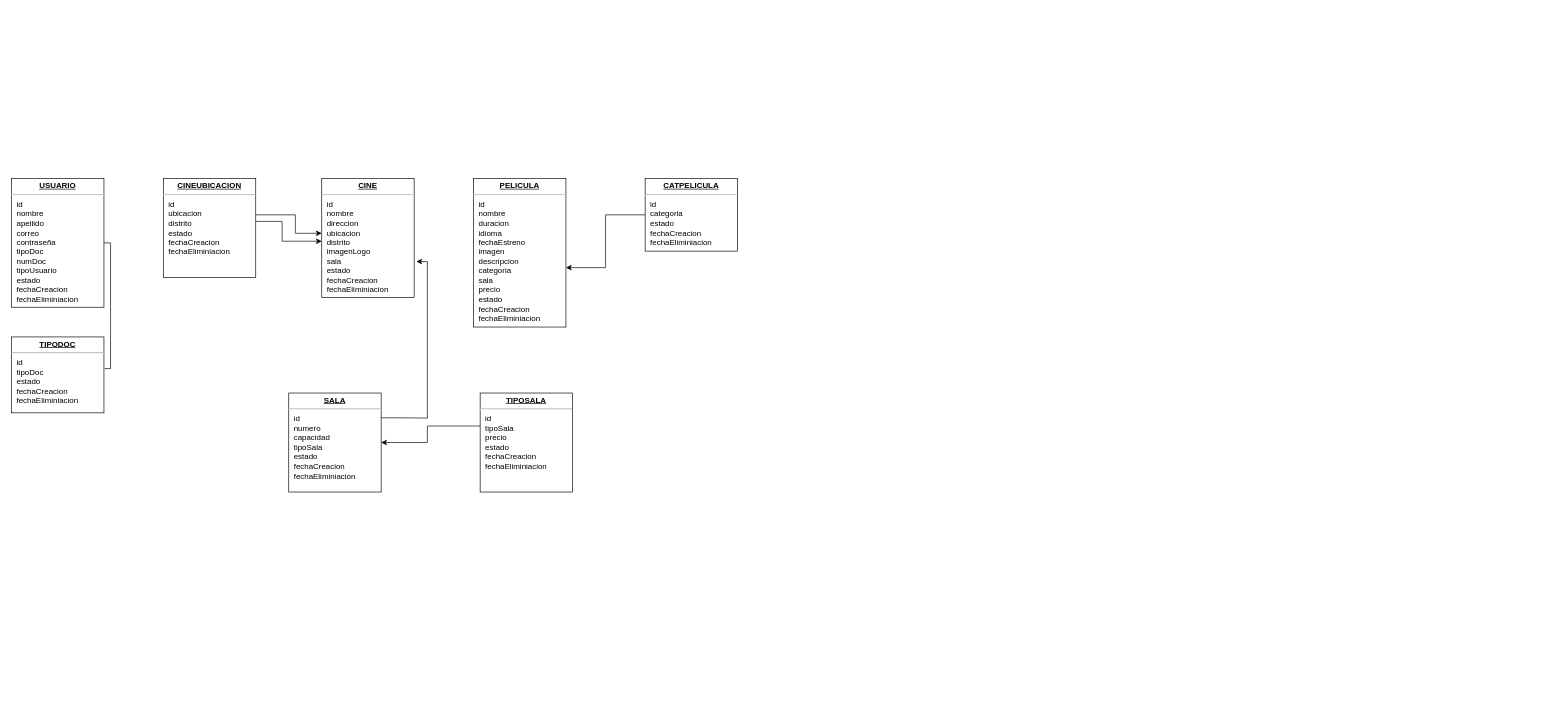
This is docs/previa ddbb.drawio from diegokaiser/tickets, a draw.io file, before an edit. Source tidied: cells renumbered, new cells numbered last; positions are measured from the earlier drawing's top-left corner, leaving out a move shared by most shapes. Both pictures are drawn from the tidied source at 66%, with x=0, y=0 at pixel (11, 178).
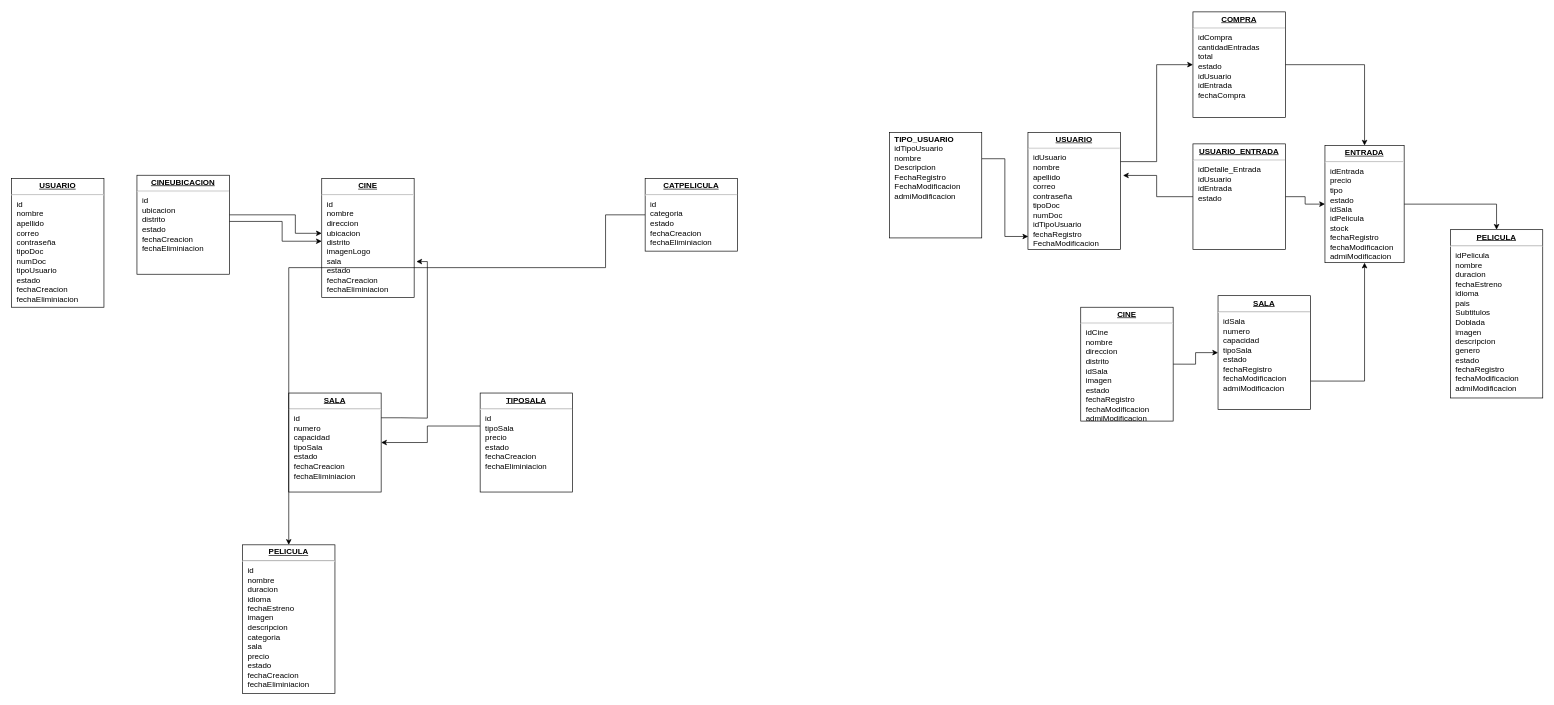
The same page after the edit.

Unchanged cells that the change refers to:
```xml
<mxCell id="3" value="&lt;p style=&quot;margin: 0px ; margin-top: 4px ; text-align: center ; text-decoration: underline&quot;&gt;&lt;b&gt;USUARIO&lt;/b&gt;&lt;/p&gt;&lt;hr&gt;&lt;p style=&quot;margin: 0px ; margin-left: 8px&quot;&gt;id&lt;br&gt;nombre&lt;br&gt;apellido&lt;/p&gt;&lt;p style=&quot;margin: 0px ; margin-left: 8px&quot;&gt;correo&lt;br&gt;&lt;/p&gt;&lt;p style=&quot;margin: 0px ; margin-left: 8px&quot;&gt;contraseña&lt;/p&gt;&lt;p style=&quot;margin: 0px ; margin-left: 8px&quot;&gt;tipoDoc&lt;br&gt;&lt;/p&gt;&lt;p style=&quot;margin: 0px ; margin-left: 8px&quot;&gt;numDoc&lt;br&gt;&lt;/p&gt;&lt;p style=&quot;margin: 0px ; margin-left: 8px&quot;&gt;tipoUsuario&lt;br&gt;&lt;/p&gt;&lt;p style=&quot;margin: 0px ; margin-left: 8px&quot;&gt;estado&lt;br&gt;&lt;/p&gt;&lt;p style=&quot;margin: 0px ; margin-left: 8px&quot;&gt;fechaCreacion&lt;br&gt;&lt;/p&gt;&lt;p style=&quot;margin: 0px ; margin-left: 8px&quot;&gt;fechaEliminiacion&lt;/p&gt;" style="verticalAlign=top;align=left;overflow=fill;fontSize=12;fontFamily=Helvetica;html=1;rounded=0;shadow=0;comic=0;labelBackgroundColor=none;strokeWidth=1;" parent="1" vertex="1">
  <mxGeometry width="140" height="195" as="geometry" />
</mxCell>
<mxCell id="5" value="&lt;p style=&quot;margin: 0px ; margin-top: 4px ; text-align: center ; text-decoration: underline&quot;&gt;&lt;b&gt;CINE&lt;/b&gt;&lt;/p&gt;&lt;hr&gt;&lt;p style=&quot;margin: 0px ; margin-left: 8px&quot;&gt;id&lt;br&gt;nombre&lt;br&gt;direccion&lt;/p&gt;&lt;p style=&quot;margin: 0px ; margin-left: 8px&quot;&gt;ubicacion&lt;/p&gt;&lt;p style=&quot;margin: 0px ; margin-left: 8px&quot;&gt;distrito&lt;/p&gt;&lt;p style=&quot;margin: 0px ; margin-left: 8px&quot;&gt;imagenLogo&lt;/p&gt;&lt;p style=&quot;margin: 0px ; margin-left: 8px&quot;&gt;sala&lt;/p&gt;&lt;p style=&quot;margin: 0px ; margin-left: 8px&quot;&gt;&lt;span&gt;estado&lt;/span&gt;&lt;br&gt;&lt;/p&gt;&lt;p style=&quot;margin: 0px 0px 0px 8px&quot;&gt;fechaCreacion&lt;br&gt;&lt;/p&gt;&lt;p style=&quot;margin: 0px 0px 0px 8px&quot;&gt;fechaEliminiacion&lt;/p&gt;" style="verticalAlign=top;align=left;overflow=fill;fontSize=12;fontFamily=Helvetica;html=1;rounded=0;shadow=0;comic=0;labelBackgroundColor=none;strokeWidth=1;" parent="1" vertex="1">
  <mxGeometry x="470" width="140" height="180" as="geometry" />
</mxCell>
```

What changed in the source:
```diff
@@
-<mxGraphModel background="#ffffff">
+<mxGraphModel>
@@
-    <mxCell id="2" style="edgeStyle=orthogonalEdgeStyle;rounded=0;html=1;exitX=1;exitY=0.5;entryX=1.007;entryY=0.417;labelBackgroundColor=none;endArrow=none;endFill=0;endSize=8;fontFamily=Verdana;fontSize=12;align=left;entryDx=0;entryDy=0;entryPerimeter=0;" parent="1" edge="1" source="3" target="4">
-      <mxGeometry relative="1" as="geometry" />
-    </mxCell>
@@
-    <mxCell id="4" value="&lt;p style=&quot;margin: 0px ; margin-top: 4px ; text-align: center ; text-decoration: underline&quot;&gt;&lt;b&gt;TIPODOC&lt;/b&gt;&lt;/p&gt;&lt;hr&gt;&lt;p style=&quot;margin: 0px ; margin-left: 8px&quot;&gt;id&lt;br&gt;tipoDoc&lt;br&gt;&lt;/p&gt;&lt;p style=&quot;margin: 0px 0px 0px 8px&quot;&gt;estado&lt;br&gt;&lt;/p&gt;&lt;p style=&quot;margin: 0px 0px 0px 8px&quot;&gt;fechaCreacion&lt;br&gt;&lt;/p&gt;&lt;p style=&quot;margin: 0px 0px 0px 8px&quot;&gt;fechaEliminiacion&lt;/p&gt;" style="verticalAlign=top;align=left;overflow=fill;fontSize=12;fontFamily=Helvetica;html=1;rounded=0;shadow=0;comic=0;labelBackgroundColor=none;strokeWidth=1;" parent="1" vertex="1">
-      <mxGeometry y="240" width="140" height="115" as="geometry" />
-    </mxCell>
@@
-    <mxCell id="8" style="edgeStyle=orthogonalEdgeStyle;rounded=0;jettySize=auto;html=1;" parent="1" edge="1" source="10" target="5">
-      <mxGeometry relative="1" as="geometry">
-        <Array as="points">
-          <mxPoint x="430" y="55" />
-          <mxPoint x="430" y="83" />
-        </Array>
-      </mxGeometry>
-    </mxCell>
-    <mxCell id="9" style="edgeStyle=orthogonalEdgeStyle;rounded=0;jettySize=auto;html=1;" parent="1" edge="1" source="10" target="5">
-      <mxGeometry relative="1" as="geometry">
-        <Array as="points">
-          <mxPoint x="410" y="65" />
-          <mxPoint x="410" y="95" />
-        </Array>
-      </mxGeometry>
-    </mxCell>
+    <mxCell id="16" style="edgeStyle=orthogonalEdgeStyle;rounded=0;jettySize=auto;html=1;" parent="1" edge="1" source="10" target="5">
+      <mxGeometry relative="1" as="geometry">
+        <Array as="points">
+          <mxPoint x="430" y="55" />
+          <mxPoint x="430" y="83" />
+        </Array>
+      </mxGeometry>
+    </mxCell>
+    <mxCell id="17" style="edgeStyle=orthogonalEdgeStyle;rounded=0;jettySize=auto;html=1;" parent="1" edge="1" source="10" target="5">
+      <mxGeometry relative="1" as="geometry">
+        <Array as="points">
+          <mxPoint x="410" y="65" />
+          <mxPoint x="410" y="95" />
+        </Array>
+      </mxGeometry>
+    </mxCell>
     <mxCell id="10" value="&lt;p style=&quot;margin: 0px ; margin-top: 4px ; text-align: center ; text-decoration: underline&quot;&gt;&lt;b&gt;CINEUBICACION&lt;/b&gt;&lt;/p&gt;&lt;hr&gt;&lt;p style=&quot;margin: 0px ; margin-left: 8px&quot;&gt;id&lt;/p&gt;&lt;p style=&quot;margin: 0px ; margin-left: 8px&quot;&gt;ubicacion&lt;br&gt;&lt;/p&gt;&lt;p style=&quot;margin: 0px ; margin-left: 8px&quot;&gt;distrito&lt;/p&gt;&lt;p style=&quot;margin: 0px 0px 0px 8px&quot;&gt;estado&lt;br&gt;&lt;/p&gt;&lt;p style=&quot;margin: 0px 0px 0px 8px&quot;&gt;fechaCreacion&lt;br&gt;&lt;/p&gt;&lt;p style=&quot;margin: 0px 0px 0px 8px&quot;&gt;fechaEliminiacion&lt;/p&gt;" style="verticalAlign=top;align=left;overflow=fill;fontSize=12;fontFamily=Helvetica;html=1;rounded=0;shadow=0;comic=0;labelBackgroundColor=none;strokeWidth=1;" parent="1" vertex="1">
-      <mxGeometry x="230" width="140" height="150" as="geometry" />
+      <mxGeometry x="190" y="-5" width="140" height="150" as="geometry" />
     </mxCell>
     <mxCell id="11" value="&lt;p style=&quot;margin: 0px ; margin-top: 4px ; text-align: center ; text-decoration: underline&quot;&gt;&lt;b&gt;PELICULA&lt;/b&gt;&lt;/p&gt;&lt;hr&gt;&lt;p style=&quot;margin: 0px ; margin-left: 8px&quot;&gt;id&lt;br&gt;nombre&lt;br&gt;duracion&lt;/p&gt;&lt;p style=&quot;margin: 0px ; margin-left: 8px&quot;&gt;idioma&lt;br&gt;&lt;/p&gt;&lt;p style=&quot;margin: 0px ; margin-left: 8px&quot;&gt;fechaEstreno&lt;br&gt;&lt;/p&gt;&lt;p style=&quot;margin: 0px ; margin-left: 8px&quot;&gt;imagen&lt;br&gt;&lt;/p&gt;&lt;p style=&quot;margin: 0px ; margin-left: 8px&quot;&gt;descripcion&lt;/p&gt;&lt;p style=&quot;margin: 0px ; margin-left: 8px&quot;&gt;categoria&lt;/p&gt;&lt;p style=&quot;margin: 0px ; margin-left: 8px&quot;&gt;sala&lt;/p&gt;&lt;p style=&quot;margin: 0px ; margin-left: 8px&quot;&gt;precio&lt;/p&gt;&lt;p style=&quot;margin: 0px ; margin-left: 8px&quot;&gt;estado&lt;/p&gt;&lt;p style=&quot;margin: 0px ; margin-left: 8px&quot;&gt;&lt;span&gt;fechaCreacion&lt;/span&gt;&lt;br&gt;&lt;/p&gt;&lt;p style=&quot;margin: 0px 0px 0px 8px&quot;&gt;fechaEliminiacion&lt;/p&gt;" style="verticalAlign=top;align=left;overflow=fill;fontSize=12;fontFamily=Helvetica;html=1;rounded=0;shadow=0;comic=0;labelBackgroundColor=none;strokeWidth=1;" parent="1" vertex="1">
-      <mxGeometry x="700" width="140" height="225" as="geometry" />
+      <mxGeometry x="350" y="555" width="140" height="225" as="geometry" />
     </mxCell>
@@
+    <mxCell id="18" style="edgeStyle=orthogonalEdgeStyle;rounded=0;jettySize=auto;html=1;exitX=1;exitY=0.25;exitDx=0;exitDy=0;entryX=0;entryY=0.5;entryDx=0;entryDy=0;" parent="1" edge="1" source="19" target="28">
+      <mxGeometry relative="1" as="geometry" />
+    </mxCell>
+    <mxCell id="19" value="&lt;p style=&quot;margin: 0px ; margin-top: 4px ; text-align: center ; text-decoration: underline&quot;&gt;&lt;b&gt;USUARIO&lt;/b&gt;&lt;/p&gt;&lt;hr&gt;&lt;p style=&quot;margin: 0px ; margin-left: 8px&quot;&gt;idUsuario&lt;br&gt;nombre&lt;br&gt;apellido&lt;/p&gt;&lt;p style=&quot;margin: 0px ; margin-left: 8px&quot;&gt;correo&lt;br&gt;&lt;/p&gt;&lt;p style=&quot;margin: 0px ; margin-left: 8px&quot;&gt;contraseña&lt;/p&gt;&lt;p style=&quot;margin: 0px ; margin-left: 8px&quot;&gt;tipoDoc&lt;br&gt;&lt;/p&gt;&lt;p style=&quot;margin: 0px ; margin-left: 8px&quot;&gt;numDoc&lt;br&gt;&lt;/p&gt;&lt;p style=&quot;margin: 0px ; margin-left: 8px&quot;&gt;idTipoUsuario&lt;/p&gt;&lt;p style=&quot;margin: 0px ; margin-left: 8px&quot;&gt;fechaRegistro&lt;/p&gt;&lt;p style=&quot;margin: 0px ; margin-left: 8px&quot;&gt;FechaModificacion&lt;/p&gt;&lt;p style=&quot;margin: 0px ; margin-left: 8px&quot;&gt;&lt;br&gt;&lt;/p&gt;" style="verticalAlign=top;align=left;overflow=fill;fontSize=12;fontFamily=Helvetica;html=1;rounded=0;shadow=0;comic=0;labelBackgroundColor=none;strokeWidth=1;" parent="1" vertex="1">
+      <mxGeometry x="1540" y="-70" width="140" height="177.5" as="geometry" />
+    </mxCell>
+    <mxCell id="20" value="&lt;p style=&quot;margin: 0px ; margin-top: 4px ; text-align: center ; text-decoration: underline&quot;&gt;&lt;b&gt;PELICULA&lt;/b&gt;&lt;/p&gt;&lt;hr&gt;&lt;p style=&quot;margin: 0px ; margin-left: 8px&quot;&gt;idPelicula&lt;br&gt;nombre&lt;br&gt;duracion&lt;/p&gt;&lt;p style=&quot;margin: 0px ; margin-left: 8px&quot;&gt;&lt;span&gt;fechaEstreno&lt;/span&gt;&lt;br&gt;&lt;/p&gt;&lt;p style=&quot;margin: 0px ; margin-left: 8px&quot;&gt;idioma&lt;/p&gt;&lt;p style=&quot;margin: 0px ; margin-left: 8px&quot;&gt;pais&lt;/p&gt;&lt;p style=&quot;margin: 0px ; margin-left: 8px&quot;&gt;Subtitulos&lt;/p&gt;&lt;p style=&quot;margin: 0px ; margin-left: 8px&quot;&gt;Doblada&lt;/p&gt;&lt;p style=&quot;margin: 0px ; margin-left: 8px&quot;&gt;imagen&lt;br&gt;&lt;/p&gt;&lt;p style=&quot;margin: 0px ; margin-left: 8px&quot;&gt;descripcion&lt;/p&gt;&lt;p style=&quot;margin: 0px ; margin-left: 8px&quot;&gt;genero&lt;/p&gt;&lt;p style=&quot;margin: 0px ; margin-left: 8px&quot;&gt;estado&lt;/p&gt;&lt;p style=&quot;margin: 0px ; margin-left: 8px&quot;&gt;&lt;span&gt;fechaRegistro&lt;/span&gt;&lt;br&gt;&lt;/p&gt;&lt;p style=&quot;margin: 0px 0px 0px 8px&quot;&gt;fechaModificacion&lt;/p&gt;&lt;p style=&quot;margin: 0px 0px 0px 8px&quot;&gt;admiModificacion&lt;/p&gt;" style="verticalAlign=top;align=left;overflow=fill;fontSize=12;fontFamily=Helvetica;html=1;rounded=0;shadow=0;comic=0;labelBackgroundColor=none;strokeWidth=1;" parent="1" vertex="1">
+      <mxGeometry x="2180" y="77.5" width="140" height="255" as="geometry" />
+    </mxCell>
+    <mxCell id="21" style="edgeStyle=orthogonalEdgeStyle;rounded=0;jettySize=auto;html=1;exitX=1;exitY=0.5;exitDx=0;exitDy=0;" parent="1" edge="1" source="22" target="24">
+      <mxGeometry relative="1" as="geometry" />
+    </mxCell>
+    <mxCell id="22" value="&lt;p style=&quot;margin: 0px ; margin-top: 4px ; text-align: center ; text-decoration: underline&quot;&gt;&lt;b&gt;CINE&lt;/b&gt;&lt;/p&gt;&lt;hr&gt;&lt;p style=&quot;margin: 0px ; margin-left: 8px&quot;&gt;idCine&lt;/p&gt;&lt;p style=&quot;margin: 0px ; margin-left: 8px&quot;&gt;nombre&lt;br&gt;direccion&lt;/p&gt;&lt;p style=&quot;margin: 0px ; margin-left: 8px&quot;&gt;distrito&lt;/p&gt;&lt;p style=&quot;margin: 0px ; margin-left: 8px&quot;&gt;idSala&lt;br&gt;&lt;/p&gt;&lt;p style=&quot;margin: 0px ; margin-left: 8px&quot;&gt;imagen&lt;/p&gt;&lt;p style=&quot;margin: 0px ; margin-left: 8px&quot;&gt;estado&lt;/p&gt;&lt;p style=&quot;margin: 0px 0px 0px 8px&quot;&gt;fechaRegistro&lt;br&gt;&lt;/p&gt;&lt;p style=&quot;margin: 0px 0px 0px 8px&quot;&gt;fechaModificacion&lt;/p&gt;&lt;p style=&quot;margin: 0px 0px 0px 8px&quot;&gt;admiModificacion&lt;br&gt;&lt;/p&gt;" style="verticalAlign=top;align=left;overflow=fill;fontSize=12;fontFamily=Helvetica;html=1;rounded=0;shadow=0;comic=0;labelBackgroundColor=none;strokeWidth=1;" parent="1" vertex="1">
+      <mxGeometry x="1620" y="195" width="140" height="172.5" as="geometry" />
+    </mxCell>
+    <mxCell id="23" style="edgeStyle=orthogonalEdgeStyle;rounded=0;jettySize=auto;html=1;exitX=1;exitY=0.75;exitDx=0;exitDy=0;" parent="1" edge="1" source="24" target="26">
+      <mxGeometry relative="1" as="geometry" />
+    </mxCell>
+    <mxCell id="24" value="&lt;p style=&quot;margin: 0px ; margin-top: 4px ; text-align: center ; text-decoration: underline&quot;&gt;&lt;b&gt;SALA&lt;/b&gt;&lt;/p&gt;&lt;hr&gt;&lt;p style=&quot;margin: 0px ; margin-left: 8px&quot;&gt;idSala&lt;/p&gt;&lt;p style=&quot;margin: 0px ; margin-left: 8px&quot;&gt;numero&lt;br&gt;capacidad&lt;/p&gt;&lt;p style=&quot;margin: 0px ; margin-left: 8px&quot;&gt;tipoSala&lt;/p&gt;&lt;p style=&quot;margin: 0px 0px 0px 8px&quot;&gt;estado&lt;br&gt;&lt;/p&gt;&lt;p style=&quot;margin: 0px 0px 0px 8px&quot;&gt;fechaRegistro&lt;br&gt;&lt;/p&gt;&lt;p style=&quot;margin: 0px 0px 0px 8px&quot;&gt;fechaModificacion&lt;/p&gt;&lt;p style=&quot;margin: 0px 0px 0px 8px&quot;&gt;admiModificacion&lt;br&gt;&lt;/p&gt;" style="verticalAlign=top;align=left;overflow=fill;fontSize=12;fontFamily=Helvetica;html=1;rounded=0;shadow=0;comic=0;labelBackgroundColor=none;strokeWidth=1;" parent="1" vertex="1">
+      <mxGeometry x="1828" y="177.5" width="140" height="172.5" as="geometry" />
+    </mxCell>
+    <mxCell id="25" style="edgeStyle=orthogonalEdgeStyle;rounded=0;jettySize=auto;html=1;entryX=0.5;entryY=0;entryDx=0;entryDy=0;" parent="1" edge="1" source="26" target="20">
+      <mxGeometry relative="1" as="geometry" />
+    </mxCell>
+    <mxCell id="26" value="&lt;p style=&quot;margin: 0px ; margin-top: 4px ; text-align: center ; text-decoration: underline&quot;&gt;&lt;b&gt;ENTRADA&lt;/b&gt;&lt;/p&gt;&lt;hr&gt;&lt;p style=&quot;margin: 0px ; margin-left: 8px&quot;&gt;idEntrada&amp;nbsp;&lt;br&gt;&lt;/p&gt;&lt;p style=&quot;margin: 0px ; margin-left: 8px&quot;&gt;precio&lt;/p&gt;&lt;p style=&quot;margin: 0px ; margin-left: 8px&quot;&gt;tipo&lt;/p&gt;&lt;p style=&quot;margin: 0px ; margin-left: 8px&quot;&gt;estado&lt;/p&gt;&lt;p style=&quot;margin: 0px ; margin-left: 8px&quot;&gt;idSala&lt;/p&gt;&lt;p style=&quot;margin: 0px ; margin-left: 8px&quot;&gt;idPelicula&lt;/p&gt;&lt;p style=&quot;margin: 0px ; margin-left: 8px&quot;&gt;stock&lt;/p&gt;&lt;p style=&quot;margin: 0px 0px 0px 8px&quot;&gt;fechaRegistro&lt;br&gt;&lt;/p&gt;&lt;p style=&quot;margin: 0px 0px 0px 8px&quot;&gt;fechaModificacion&lt;/p&gt;&lt;p style=&quot;margin: 0px 0px 0px 8px&quot;&gt;admiModificacion&lt;br&gt;&lt;/p&gt;" style="verticalAlign=top;align=left;overflow=fill;fontSize=12;fontFamily=Helvetica;html=1;rounded=0;shadow=0;comic=0;labelBackgroundColor=none;strokeWidth=1;" parent="1" vertex="1">
+      <mxGeometry x="1990" y="-50" width="120" height="177.5" as="geometry" />
+    </mxCell>
+    <mxCell id="27" style="edgeStyle=orthogonalEdgeStyle;rounded=0;jettySize=auto;html=1;" parent="1" edge="1" source="28" target="26">
+      <mxGeometry relative="1" as="geometry" />
+    </mxCell>
+    <mxCell id="28" value="&lt;p style=&quot;margin: 0px ; margin-top: 4px ; text-align: center ; text-decoration: underline&quot;&gt;&lt;b&gt;COMPRA&lt;/b&gt;&lt;/p&gt;&lt;hr&gt;&lt;p style=&quot;margin: 0px ; margin-left: 8px&quot;&gt;idCompra&lt;br&gt;&lt;/p&gt;&lt;p style=&quot;margin: 0px ; margin-left: 8px&quot;&gt;&lt;span&gt;cantidadEntradas&lt;/span&gt;&lt;br&gt;&lt;/p&gt;&lt;p style=&quot;margin: 0px 0px 0px 8px&quot;&gt;total&lt;/p&gt;&lt;p style=&quot;margin: 0px ; margin-left: 8px&quot;&gt;estado&lt;/p&gt;&lt;p style=&quot;margin: 0px 0px 0px 8px&quot;&gt;idUsuario&lt;/p&gt;&lt;p style=&quot;margin: 0px 0px 0px 8px&quot;&gt;idEntrada&lt;/p&gt;&lt;p style=&quot;margin: 0px ; margin-left: 8px&quot;&gt;fechaCompra&lt;/p&gt;&lt;p style=&quot;margin: 0px 0px 0px 8px&quot;&gt;&lt;br&gt;&lt;/p&gt;" style="verticalAlign=top;align=left;overflow=fill;fontSize=12;fontFamily=Helvetica;html=1;rounded=0;shadow=0;comic=0;labelBackgroundColor=none;strokeWidth=1;" parent="1" vertex="1">
+      <mxGeometry x="1790" y="-252.5" width="140" height="160" as="geometry" />
+    </mxCell>
+    <mxCell id="29" style="edgeStyle=orthogonalEdgeStyle;rounded=0;jettySize=auto;html=1;exitX=1;exitY=0.25;exitDx=0;exitDy=0;entryX=0.003;entryY=0.889;entryDx=0;entryDy=0;entryPerimeter=0;" parent="1" edge="1" source="30" target="19">
+      <mxGeometry relative="1" as="geometry" />
+    </mxCell>
+    <mxCell id="30" value="&lt;p style=&quot;margin: 0px ; margin-top: 4px ; text-align: center ; text-decoration: underline&quot;&gt;&lt;/p&gt;&lt;p style=&quot;margin: 0px ; margin-left: 8px&quot;&gt;&lt;b&gt;TIPO_USUARIO&lt;/b&gt;&lt;/p&gt;&lt;p style=&quot;margin: 0px ; margin-left: 8px&quot;&gt;idTipoUsuario&lt;br&gt;nombre&lt;br&gt;Descripcion&lt;/p&gt;&lt;p style=&quot;margin: 0px ; margin-left: 8px&quot;&gt;FechaRegistro&lt;/p&gt;&lt;p style=&quot;margin: 0px ; margin-left: 8px&quot;&gt;FechaModificacion&lt;/p&gt;&lt;p style=&quot;margin: 0px ; margin-left: 8px&quot;&gt;admiModificacion&lt;br&gt;&lt;/p&gt;&lt;p style=&quot;margin: 0px ; margin-left: 8px&quot;&gt;&lt;br&gt;&lt;/p&gt;" style="verticalAlign=top;align=left;overflow=fill;fontSize=12;fontFamily=Helvetica;html=1;rounded=0;shadow=0;comic=0;labelBackgroundColor=none;strokeWidth=1;" parent="1" vertex="1">
+      <mxGeometry x="1330" y="-70" width="140" height="160" as="geometry" />
+    </mxCell>
+    <mxCell id="31" style="edgeStyle=orthogonalEdgeStyle;rounded=0;jettySize=auto;html=1;entryX=0;entryY=0.5;entryDx=0;entryDy=0;" parent="1" edge="1" source="33" target="26">
+      <mxGeometry relative="1" as="geometry" />
+    </mxCell>
+    <mxCell id="32" style="edgeStyle=orthogonalEdgeStyle;rounded=0;jettySize=auto;html=1;exitX=0;exitY=0.5;exitDx=0;exitDy=0;entryX=1.029;entryY=0.368;entryDx=0;entryDy=0;entryPerimeter=0;" parent="1" edge="1" source="33" target="19">
+      <mxGeometry relative="1" as="geometry" />
+    </mxCell>
+    <mxCell id="33" value="&lt;p style=&quot;margin: 0px ; margin-top: 4px ; text-align: center ; text-decoration: underline&quot;&gt;&lt;b&gt;USUARIO_ENTRADA&lt;/b&gt;&lt;/p&gt;&lt;hr&gt;&lt;p style=&quot;margin: 0px ; margin-left: 8px&quot;&gt;idDetalle_Entrada&lt;/p&gt;&lt;p style=&quot;margin: 0px ; margin-left: 8px&quot;&gt;idUsuario&lt;/p&gt;&lt;p style=&quot;margin: 0px ; margin-left: 8px&quot;&gt;idEntrada&lt;/p&gt;&lt;p style=&quot;margin: 0px ; margin-left: 8px&quot;&gt;estado&lt;/p&gt;&lt;p style=&quot;margin: 0px ; margin-left: 8px&quot;&gt;&lt;br&gt;&lt;/p&gt;&lt;p style=&quot;margin: 0px ; margin-left: 8px&quot;&gt;&lt;br&gt;&lt;/p&gt;&lt;p style=&quot;margin: 0px ; margin-left: 8px&quot;&gt;&lt;br&gt;&lt;/p&gt;&lt;p style=&quot;margin: 0px ; margin-left: 8px&quot;&gt;&lt;br&gt;&lt;/p&gt;" style="verticalAlign=top;align=left;overflow=fill;fontSize=12;fontFamily=Helvetica;html=1;rounded=0;shadow=0;comic=0;labelBackgroundColor=none;strokeWidth=1;" parent="1" vertex="1">
+      <mxGeometry x="1790" y="-52.5" width="140" height="160" as="geometry" />
+    </mxCell>
```
